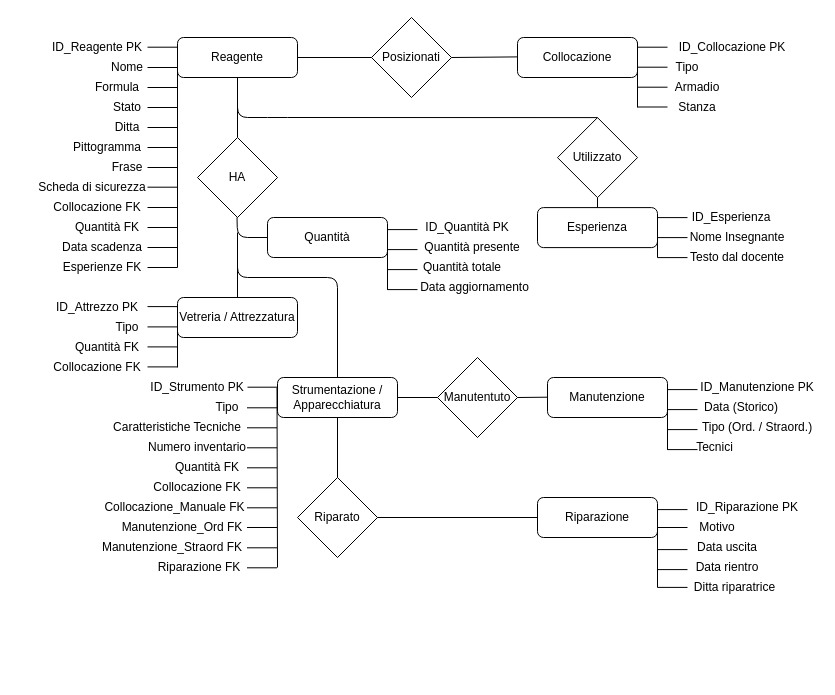
Earlier version of the draw.io diagram MODELLOERPROGEGTTO.drawio (MilaniFrancesco7/Progetto-Chimica). Source tidied: cells renumbered, new cells numbered last; positions are measured from the earlier drawing's top-left corner, leaving out a move shared by most shapes. Both pictures are drawn from the tidied source at 100%, with x=0, y=0 at pixel (37, 17).
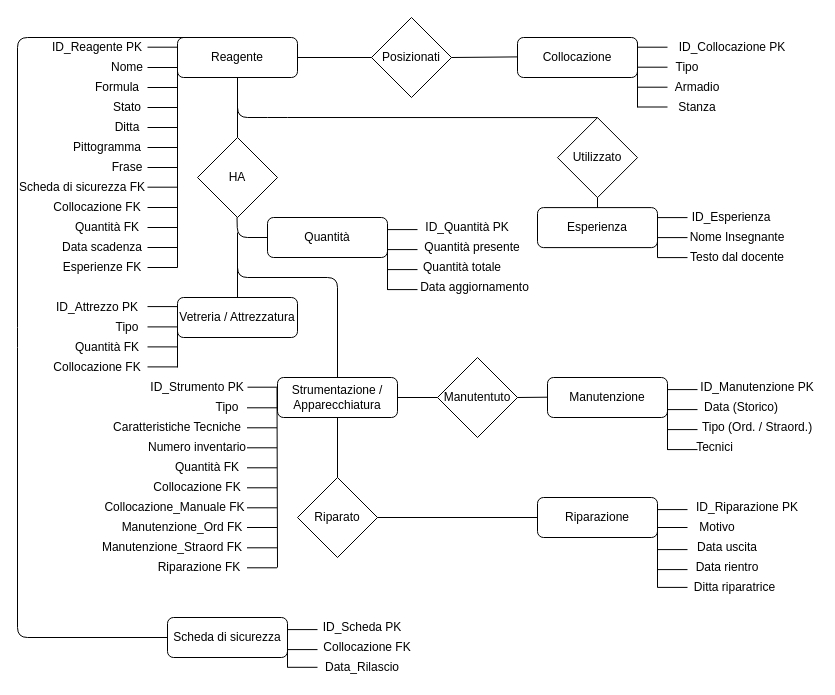
The same page after the edit.

Unchanged cells that the change refers to:
```xml
<mxCell id="2" value="Reagente" style="rounded=1;whiteSpace=wrap;html=1;fontSize=12;glass=0;strokeWidth=1;shadow=0;" parent="1" vertex="1">
  <mxGeometry x="140" y="20" width="120" height="40" as="geometry" />
</mxCell>
```

Diff of the diagram source:
```diff
@@
-    <mxCell id="18" value="Scheda di sicurezza" style="text;html=1;strokeColor=none;fillColor=none;align=center;verticalAlign=middle;whiteSpace=wrap;rounded=0;" parent="1" vertex="1">
-      <mxGeometry y="160" width="110" height="20" as="geometry" />
+    <mxCell id="18" value="Scheda di sicurezza FK" style="text;html=1;strokeColor=none;fillColor=none;align=center;verticalAlign=middle;whiteSpace=wrap;rounded=0;" parent="1" vertex="1">
+      <mxGeometry x="-20" y="160" width="130" height="20" as="geometry" />
     </mxCell>
@@
+    <mxCell id="127" value="Scheda di sicurezza" style="rounded=1;whiteSpace=wrap;html=1;fontSize=12;glass=0;strokeWidth=1;shadow=0;" parent="1" vertex="1">
+      <mxGeometry x="130" y="600" width="120" height="40" as="geometry" />
+    </mxCell>
+    <mxCell id="128" style="endArrow=none;html=1;exitX=0;exitY=0.5;exitDx=0;exitDy=0;entryX=0.5;entryY=0;entryDx=0;entryDy=0;" parent="1" edge="1" source="127" target="2">
+      <mxGeometry relative="1" as="geometry">
+        <Array as="points">
+          <mxPoint x="-20" y="620" />
+          <mxPoint x="-20" y="320" />
+          <mxPoint x="-20" y="20" />
+        </Array>
+      </mxGeometry>
+    </mxCell>
+    <mxCell id="129" value="ID_Scheda PK" style="text;html=1;strokeColor=none;fillColor=none;align=center;verticalAlign=middle;whiteSpace=wrap;rounded=0;" parent="1" vertex="1">
+      <mxGeometry x="275" y="600" width="100" height="20" as="geometry" />
+    </mxCell>
+    <mxCell id="130" style="endArrow=none;html=1;" parent="1" edge="1">
+      <mxGeometry relative="1" as="geometry">
+        <mxPoint x="250" y="612.1" as="sourcePoint" />
+        <mxPoint x="280" y="612.1" as="targetPoint" />
+      </mxGeometry>
+    </mxCell>
+    <mxCell id="131" style="endArrow=none;html=1;" parent="1" edge="1">
+      <mxGeometry relative="1" as="geometry">
+        <mxPoint x="250" y="632.1" as="sourcePoint" />
+        <mxPoint x="280" y="632.1" as="targetPoint" />
+      </mxGeometry>
+    </mxCell>
+    <mxCell id="132" style="endArrow=none;html=1;" parent="1" edge="1">
+      <mxGeometry relative="1" as="geometry">
+        <mxPoint x="250" y="649.8" as="sourcePoint" />
+        <mxPoint x="280" y="649.8" as="targetPoint" />
+      </mxGeometry>
+    </mxCell>
+    <mxCell id="133" style="endArrow=none;html=1;" parent="1" edge="1">
+      <mxGeometry relative="1" as="geometry">
+        <mxPoint x="250" y="650" as="sourcePoint" />
+        <mxPoint x="250" y="607.4" as="targetPoint" />
+      </mxGeometry>
+    </mxCell>
+    <mxCell id="134" value="Collocazione FK" style="text;html=1;strokeColor=none;fillColor=none;align=center;verticalAlign=middle;whiteSpace=wrap;rounded=0;" parent="1" vertex="1">
+      <mxGeometry x="275" y="620" width="110" height="20" as="geometry" />
+    </mxCell>
+    <mxCell id="135" value="Data_Rilascio" style="text;html=1;strokeColor=none;fillColor=none;align=center;verticalAlign=middle;whiteSpace=wrap;rounded=0;" parent="1" vertex="1">
+      <mxGeometry x="280" y="640" width="90" height="20" as="geometry" />
+    </mxCell>
```
